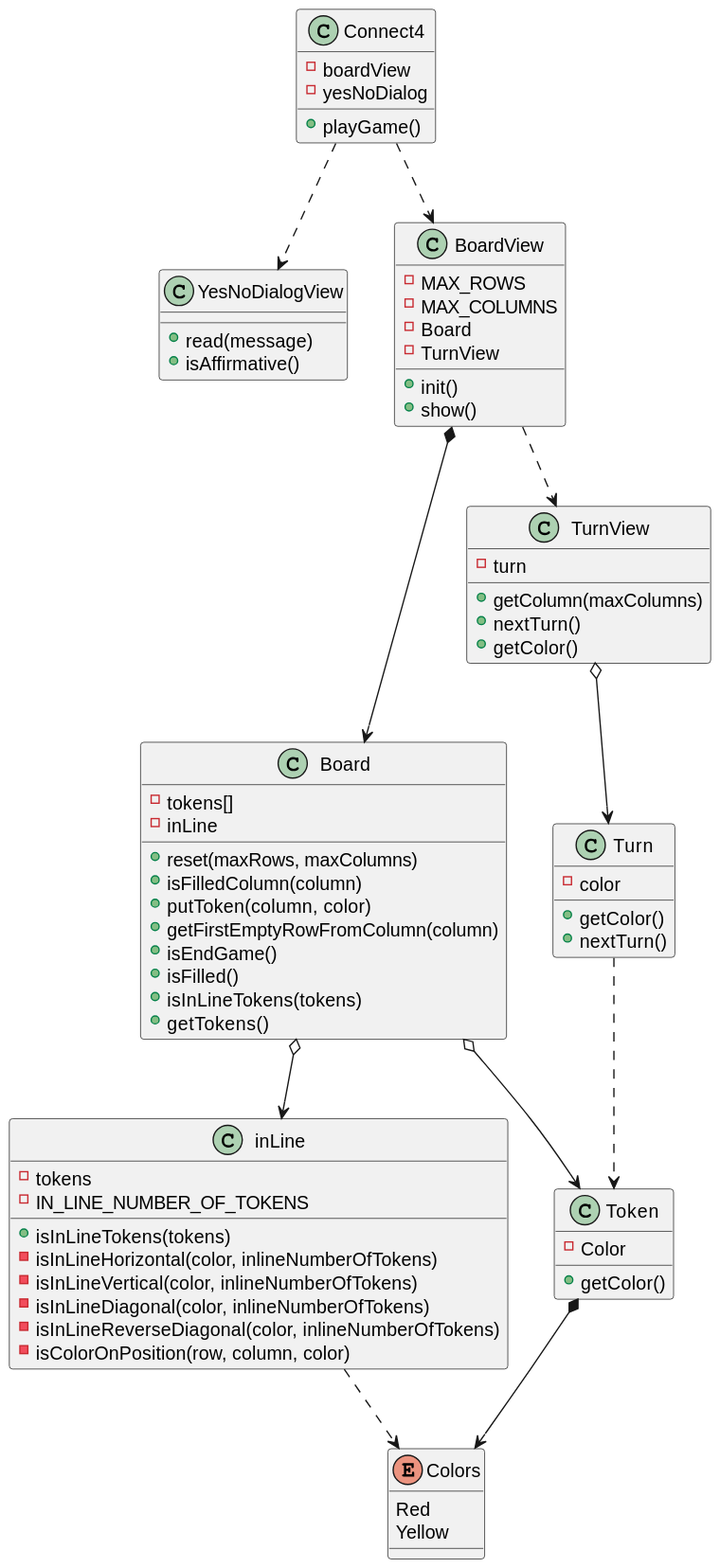
Before: out/UML/softwareModel/softwareModel.svg, a diagram exported from PlantUML (jumpering/connect4).
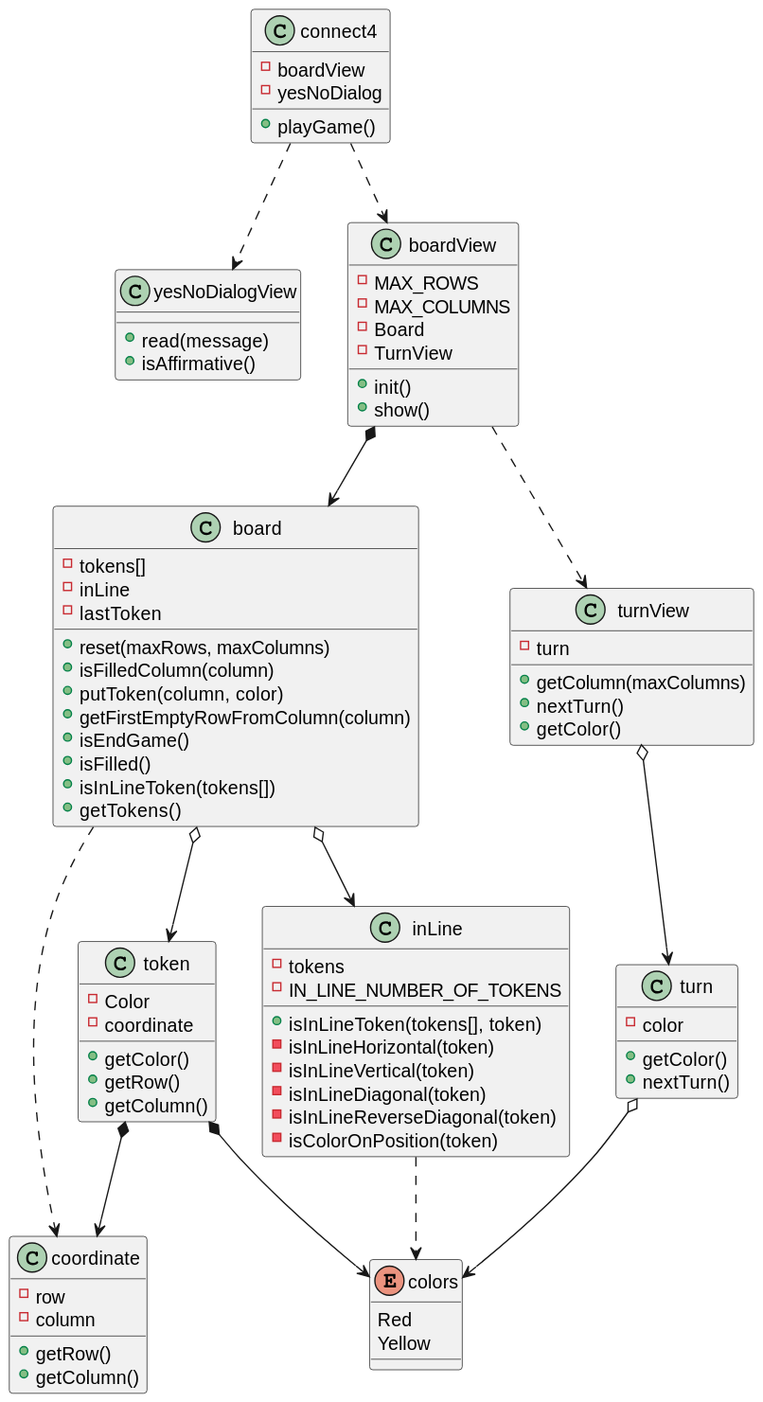
After the change.

Commit message:
refactor UML and inLine class

Change to the diagram source:
```diff
@@ -1,27 +1,28 @@
 @startuml
 
-class Connect4{
+class connect4{
     - boardView
     - yesNoDialog
     + playGame()
 }
-class YesNoDialogView{
+class yesNoDialogView{
     + read(message)
     + isAffirmative()
 }
-class Board{
+class board{
     - tokens[]
     - inLine
+    - lastToken
     + reset(maxRows, maxColumns)
     + isFilledColumn(column)
     + putToken(column, color)
     + getFirstEmptyRowFromColumn(column)
     + isEndGame()
     + isFilled()
-    + isInLineTokens(tokens)
+    + isInLineToken(tokens[])
     + getTokens()
 }
-class BoardView{
+class boardView{
     - MAX_ROWS
     - MAX_COLUMNS
     - Board
@@ -32,50 +33,57 @@
 class inLine{
     - tokens
     - IN_LINE_NUMBER_OF_TOKENS
-    + isInLineTokens(tokens)
-    - isInLineHorizontal(color, inlineNumberOfTokens)
-    - isInLineVertical(color, inlineNumberOfTokens)
-    - isInLineDiagonal(color, inlineNumberOfTokens)
-    - isInLineReverseDiagonal(color, inlineNumberOfTokens)
-    - isColorOnPosition(row, column, color)
+    + isInLineToken(tokens[], token)
+    - isInLineHorizontal(token)
+    - isInLineVertical(token)
+    - isInLineDiagonal(token)
+    - isInLineReverseDiagonal(token)
+    - isColorOnPosition(token)
 }
 
-class Token{
+class token{
     - Color
+    - coordinate
     + getColor()
+    + getRow()
+    + getColumn()
 }
-class TurnView{
+
+class coordinate {
+    - row
+    - column
+    + getRow()
+    + getColumn()
+}
+
+class turnView{
     - turn
     + getColumn(maxColumns)
     + nextTurn()
     + getColor()
 }
 
-class Turn{
+class turn{
     - color
     + getColor()
     + nextTurn()
 }
 
-enum Colors{
+enum colors{
 Red
 Yellow
 }
 
-Connect4 ..> BoardView
-Connect4 ..> YesNoDialogView
-
-BoardView *--> Board
-BoardView ..> TurnView
-TurnView o--> Turn
-
-Board o--> Token
-Board o--> inLine
-
-inLine ..> Colors
-
-Turn ..> Token
-
-
-Token *--> Colors
+connect4 ..> boardView
+connect4 ..> yesNoDialogView
+boardView *--> board
+boardView ..> turnView
+turnView o--> turn
+board o--> token
+board o--> inLine
+board ..> coordinate
+inLine ..> colors
+turn o--> colors
+token *--> colors
+token *--> coordinate
 @enduml
```
